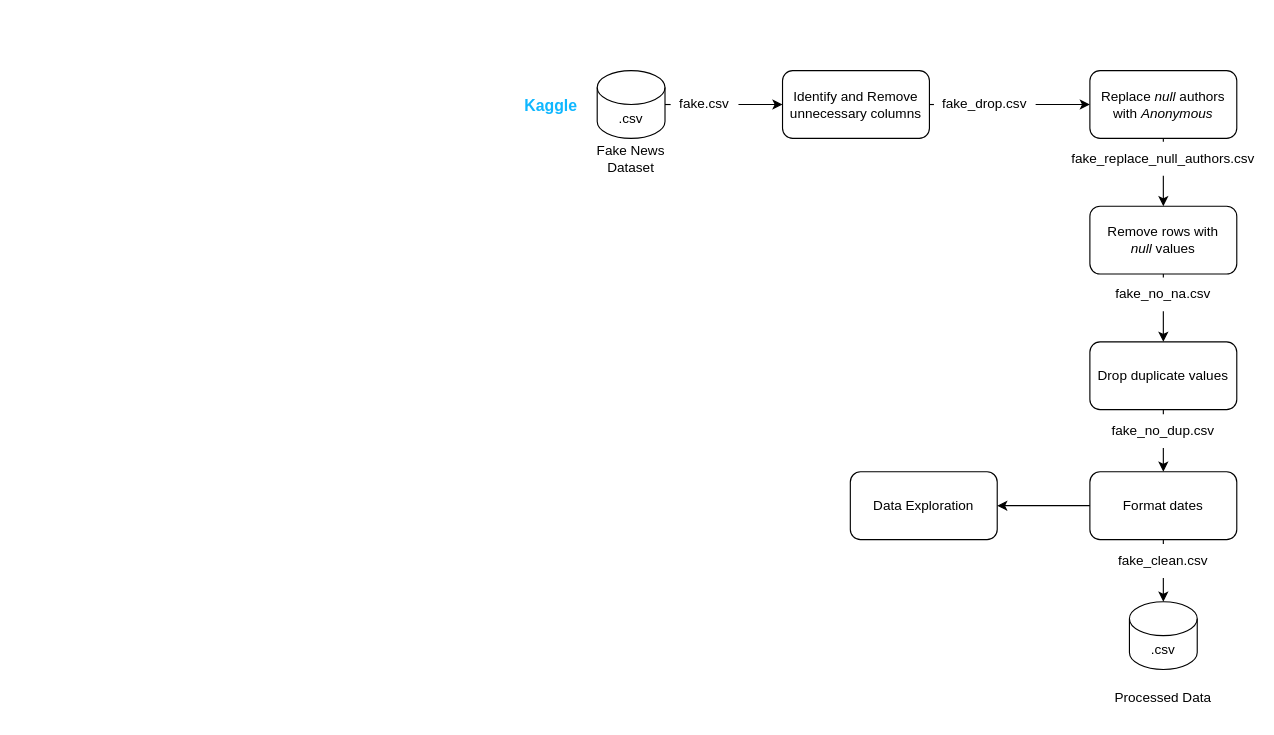
Earlier version of the draw.io diagram data/pipeline.drawio (dmbg1/FEUP-PRI). Source tidied: cells renumbered, new cells numbered last; positions are measured from the earlier drawing's top-left corner, leaving out a move shared by most shapes. Both pictures are drawn from the tidied source at 113%, with x=0, y=0 at pixel (518, 70).
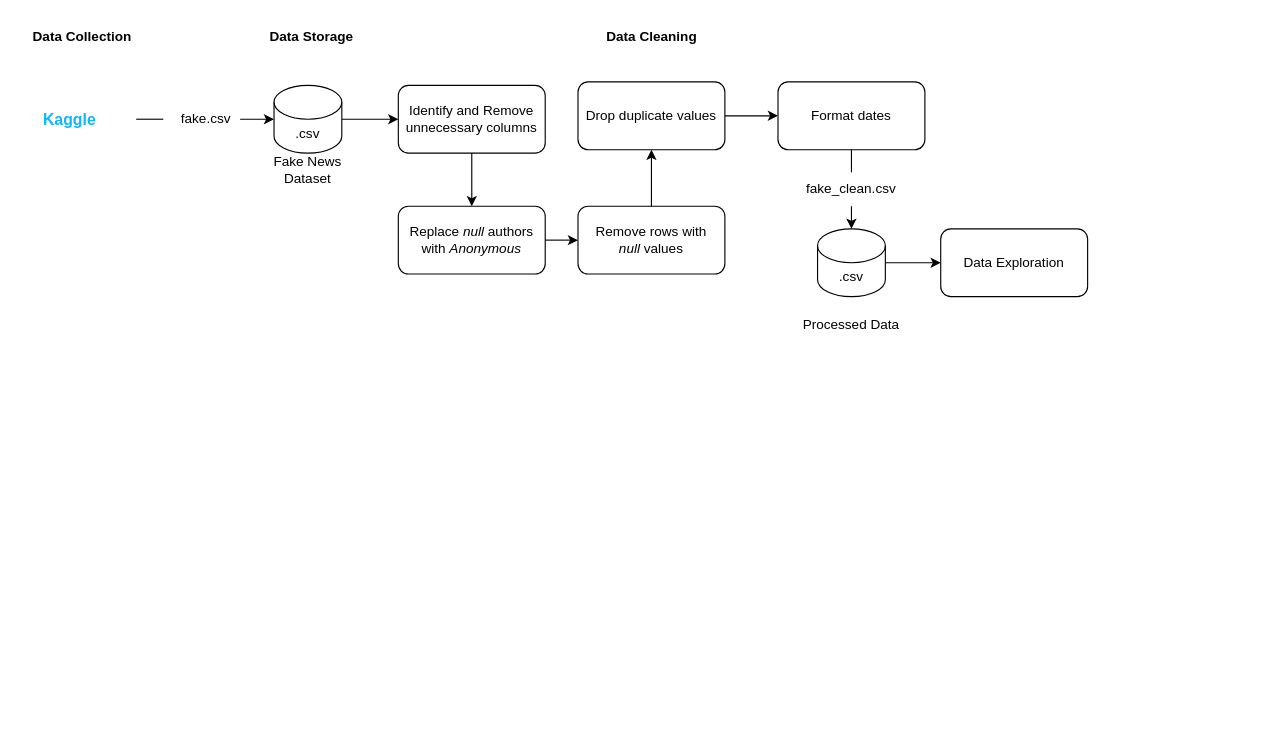
After the change.

Commit message (it also covers changes not shown here):
Added jpg for pipeline and conceptual model

Change to the diagram source:
```diff
@@
-    <mxCell id="0" />
-    <mxCell id="1" parent="0" />
-    <mxCell id="2" value=".csv" style="shape=cylinder3;whiteSpace=wrap;html=1;boundedLbl=1;backgroundOutline=1;size=15;" parent="1" vertex="1">
-      <mxGeometry x="70" width="60" height="60" as="geometry" />
-    </mxCell>
+    <mxCell id="33" />
+    <mxCell id="34" parent="33" />
-    <mxCell id="3" value="Kaggle" style="text;strokeColor=none;fillColor=none;align=left;verticalAlign=middle;spacingLeft=4;spacingRight=4;overflow=hidden;points=[[0,0.5],[1,0.5]];portConstraint=eastwest;fontStyle=1;fontColor=#0FB7FF;fontSize=14;" parent="1" vertex="1">
-      <mxGeometry y="15" width="80" height="30" as="geometry" />
+    <mxCell id="3" value="Kaggle" style="text;strokeColor=none;fillColor=none;align=left;verticalAlign=middle;spacingLeft=4;spacingRight=4;overflow=hidden;points=[[0,0.5],[1,0.5]];portConstraint=eastwest;fontStyle=1;fontColor=#0FB7FF;fontSize=14;" parent="34" vertex="1">
+      <mxGeometry x="-426" y="28" width="80" height="30" as="geometry" />
     </mxCell>
-    <mxCell id="4" value="Identify and Remove unnecessary columns" style="rounded=1;whiteSpace=wrap;html=1;fontSize=12;fontColor=#000000;" parent="1" vertex="1">
-      <mxGeometry x="234" width="130" height="60" as="geometry" />
+    <mxCell id="4" value="Identify and Remove unnecessary columns" style="rounded=1;whiteSpace=wrap;html=1;fontSize=12;fontColor=#000000;" parent="34" vertex="1">
+      <mxGeometry x="-106" y="13" width="130" height="60" as="geometry" />
     </mxCell>
-    <mxCell id="5" value="Replace &lt;i&gt;null&lt;/i&gt;&amp;nbsp;authors with &lt;i&gt;Anonymous&lt;/i&gt;" style="rounded=1;whiteSpace=wrap;html=1;fontSize=12;fontColor=#000000;" parent="1" vertex="1">
-      <mxGeometry x="506" width="130" height="60" as="geometry" />
+    <mxCell id="5" value="Replace &lt;i&gt;null&lt;/i&gt;&amp;nbsp;authors with &lt;i&gt;Anonymous&lt;/i&gt;" style="rounded=1;whiteSpace=wrap;html=1;fontSize=12;fontColor=#000000;" parent="34" vertex="1">
+      <mxGeometry x="-106" y="120" width="130" height="60" as="geometry" />
     </mxCell>
-    <mxCell id="6" style="endArrow=classic;html=1;rounded=0;fontSize=12;fontColor=#000000;entryX=0;entryY=0.5;entryDx=0;entryDy=0;exitX=1;exitY=0.5;exitDx=0;exitDy=0;startArrow=none;" parent="1" edge="1" source="18" target="5">
-      <mxGeometry relative="1" as="geometry" />
-    </mxCell>
+    <mxCell id="35" style="endArrow=classic;html=1;rounded=0;fontSize=12;fontColor=#000000;startArrow=none;" parent="34" edge="1" source="4" target="5">
+      <mxGeometry relative="1" as="geometry" />
+    </mxCell>
-    <mxCell id="7" value="Remove&lt;i&gt;&amp;nbsp;&lt;/i&gt;rows with &lt;i&gt;null&lt;/i&gt;&amp;nbsp;values" style="rounded=1;whiteSpace=wrap;html=1;fontSize=12;fontColor=#000000;" parent="1" vertex="1">
-      <mxGeometry x="506" y="120" width="130" height="60" as="geometry" />
+    <mxCell id="7" value="Remove&lt;i&gt;&amp;nbsp;&lt;/i&gt;rows with &lt;i&gt;null&lt;/i&gt;&amp;nbsp;values" style="rounded=1;whiteSpace=wrap;html=1;fontSize=12;fontColor=#000000;" parent="34" vertex="1">
+      <mxGeometry x="53" y="120" width="130" height="60" as="geometry" />
     </mxCell>
-    <mxCell id="8" value="Drop duplicate values" style="rounded=1;whiteSpace=wrap;html=1;fontSize=12;fontColor=#000000;" parent="1" vertex="1">
-      <mxGeometry x="506" y="240" width="130" height="60" as="geometry" />
+    <mxCell id="8" value="Drop duplicate values" style="rounded=1;whiteSpace=wrap;html=1;fontSize=12;fontColor=#000000;" parent="34" vertex="1">
+      <mxGeometry x="53" y="10" width="130" height="60" as="geometry" />
     </mxCell>
-    <mxCell id="9" style="endArrow=classic;html=1;rounded=0;fontSize=12;fontColor=#000000;exitX=0.5;exitY=1;exitDx=0;exitDy=0;entryX=0.5;entryY=0;entryDx=0;entryDy=0;startArrow=none;" parent="1" edge="1" source="20" target="7">
-      <mxGeometry relative="1" as="geometry" />
-    </mxCell>
-    <mxCell id="10" style="endArrow=classic;html=1;rounded=0;fontSize=12;fontColor=#000000;exitX=0.5;exitY=1;exitDx=0;exitDy=0;entryX=0.5;entryY=0;entryDx=0;entryDy=0;startArrow=none;" parent="1" edge="1" source="22" target="8">
-      <mxGeometry relative="1" as="geometry" />
-    </mxCell>
+    <mxCell id="36" style="endArrow=classic;html=1;rounded=0;fontSize=12;fontColor=#000000;startArrow=none;" parent="34" edge="1" source="5" target="7">
+      <mxGeometry relative="1" as="geometry" />
+    </mxCell>
+    <mxCell id="37" style="endArrow=classic;html=1;rounded=0;fontSize=12;fontColor=#000000;startArrow=none;" parent="34" edge="1" source="7" target="8">
+      <mxGeometry relative="1" as="geometry" />
+    </mxCell>
-    <mxCell id="11" value=".csv" style="shape=cylinder3;whiteSpace=wrap;html=1;boundedLbl=1;backgroundOutline=1;size=15;fontSize=12;fontColor=#000000;" parent="1" vertex="1">
-      <mxGeometry x="541" y="470" width="60" height="60" as="geometry" />
+    <mxCell id="11" value=".csv" style="shape=cylinder3;whiteSpace=wrap;html=1;boundedLbl=1;backgroundOutline=1;size=15;fontSize=12;fontColor=#000000;" parent="34" vertex="1">
+      <mxGeometry x="265" y="140" width="60" height="60" as="geometry" />
     </mxCell>
-    <mxCell id="12" style="endArrow=classic;html=1;rounded=0;fontSize=12;fontColor=#000000;exitX=0.5;exitY=1;exitDx=0;exitDy=0;entryX=0.5;entryY=0;entryDx=0;entryDy=0;startArrow=none;" parent="1" edge="1" source="24" target="13">
-      <mxGeometry relative="1" as="geometry" />
-    </mxCell>
+    <mxCell id="38" style="endArrow=classic;html=1;rounded=0;fontSize=12;fontColor=#000000;startArrow=none;" parent="34" edge="1" source="8" target="13">
+      <mxGeometry relative="1" as="geometry" />
+    </mxCell>
-    <mxCell id="13" value="Format dates" style="rounded=1;whiteSpace=wrap;html=1;fontSize=12;fontColor=#000000;" parent="1" vertex="1">
-      <mxGeometry x="506" y="355" width="130" height="60" as="geometry" />
+    <mxCell id="13" value="Format dates" style="rounded=1;whiteSpace=wrap;html=1;fontSize=12;fontColor=#000000;" parent="34" vertex="1">
+      <mxGeometry x="230" y="10" width="130" height="60" as="geometry" />
     </mxCell>
-    <mxCell id="14" style="endArrow=classic;html=1;rounded=0;fontSize=12;fontColor=#000000;exitX=0.5;exitY=1;exitDx=0;exitDy=0;startArrow=none;" parent="1" edge="1" source="31" target="11">
+    <mxCell id="14" style="endArrow=classic;html=1;rounded=0;fontSize=12;fontColor=#000000;exitX=0.5;exitY=1;exitDx=0;exitDy=0;startArrow=none;" parent="34" edge="1" source="31" target="11">
       <mxGeometry relative="1" as="geometry" />
     </mxCell>
-    <mxCell id="15" value="Data Exploration" style="rounded=1;whiteSpace=wrap;html=1;fontSize=12;fontColor=#000000;" parent="1" vertex="1">
-      <mxGeometry x="294" y="355" width="130" height="60" as="geometry" />
+    <mxCell id="15" value="Data Exploration" style="rounded=1;whiteSpace=wrap;html=1;fontSize=12;fontColor=#000000;" parent="34" vertex="1">
+      <mxGeometry x="374" y="140" width="130" height="60" as="geometry" />
     </mxCell>
-    <mxCell id="16" style="endArrow=classic;html=1;rounded=0;fontSize=12;fontColor=#000000;" parent="1" edge="1" source="13" target="15">
-      <mxGeometry relative="1" as="geometry" />
-    </mxCell>
+    <mxCell id="39" style="endArrow=classic;html=1;rounded=0;fontSize=12;fontColor=#000000;" parent="34" edge="1" source="11" target="15">
+      <mxGeometry relative="1" as="geometry" />
+    </mxCell>
-    <mxCell id="17" value="Processed Data" style="text;html=1;strokeColor=none;fillColor=none;align=center;verticalAlign=middle;whiteSpace=wrap;rounded=0;fontSize=12;fontColor=#000000;" parent="1" vertex="1">
-      <mxGeometry x="526" y="540" width="90" height="30" as="geometry" />
+    <mxCell id="17" value="Processed Data" style="text;html=1;strokeColor=none;fillColor=none;align=center;verticalAlign=middle;whiteSpace=wrap;rounded=0;fontSize=12;fontColor=#000000;" parent="34" vertex="1">
+      <mxGeometry x="250" y="210" width="90" height="30" as="geometry" />
     </mxCell>
-    <mxCell id="18" value="fake_drop.csv" style="text;html=1;strokeColor=none;fillColor=none;align=center;verticalAlign=middle;whiteSpace=wrap;rounded=0;fontSize=12;fontColor=#000000;" parent="1" vertex="1">
-      <mxGeometry x="368" y="15" width="90" height="30" as="geometry" />
-    </mxCell>
-    <mxCell id="19" style="endArrow=none;html=1;rounded=0;fontSize=12;fontColor=#000000;entryX=0;entryY=0.5;entryDx=0;entryDy=0;exitX=1;exitY=0.5;exitDx=0;exitDy=0;" parent="1" edge="1" source="4" target="18">
-      <mxGeometry relative="1" as="geometry" />
-    </mxCell>
-    <mxCell id="20" value="fake_replace_null_authors.csv" style="text;html=1;strokeColor=none;fillColor=none;align=center;verticalAlign=middle;whiteSpace=wrap;rounded=0;fontSize=12;fontColor=#000000;" parent="1" vertex="1">
-      <mxGeometry x="526" y="63" width="90" height="30" as="geometry" />
-    </mxCell>
-    <mxCell id="21" style="endArrow=none;html=1;rounded=0;fontSize=12;fontColor=#000000;exitX=0.5;exitY=1;exitDx=0;exitDy=0;entryX=0.5;entryY=0;entryDx=0;entryDy=0;" parent="1" edge="1" source="5" target="20">
-      <mxGeometry relative="1" as="geometry" />
-    </mxCell>
-    <mxCell id="22" value="fake_no_na.csv" style="text;html=1;strokeColor=none;fillColor=none;align=center;verticalAlign=middle;whiteSpace=wrap;rounded=0;fontSize=12;fontColor=#000000;" parent="1" vertex="1">
-      <mxGeometry x="526" y="183" width="90" height="30" as="geometry" />
-    </mxCell>
-    <mxCell id="23" style="endArrow=none;html=1;rounded=0;fontSize=12;fontColor=#000000;exitX=0.5;exitY=1;exitDx=0;exitDy=0;entryX=0.5;entryY=0;entryDx=0;entryDy=0;" parent="1" edge="1" source="7" target="22">
-      <mxGeometry relative="1" as="geometry" />
-    </mxCell>
-    <mxCell id="24" value="fake_no_dup.csv" style="text;html=1;strokeColor=none;fillColor=none;align=center;verticalAlign=middle;whiteSpace=wrap;rounded=0;fontSize=12;fontColor=#000000;" parent="1" vertex="1">
-      <mxGeometry x="526" y="304" width="90" height="30" as="geometry" />
-    </mxCell>
-    <mxCell id="25" style="endArrow=none;html=1;rounded=0;fontSize=12;fontColor=#000000;exitX=0.5;exitY=1;exitDx=0;exitDy=0;entryX=0.5;entryY=0;entryDx=0;entryDy=0;" parent="1" edge="1" source="8" target="24">
-      <mxGeometry relative="1" as="geometry" />
-    </mxCell>
-    <mxCell id="26" style="endArrow=none;html=1;rounded=0;fontSize=14;fontColor=#0FB7FF;exitX=1;exitY=0.5;exitDx=0;exitDy=0;exitPerimeter=0;entryX=0;entryY=0.5;entryDx=0;entryDy=0;" parent="1" edge="1" source="2">
-      <mxGeometry relative="1" as="geometry">
-        <mxPoint x="130" y="30" as="targetPoint" />
-      </mxGeometry>
-    </mxCell>
-    <mxCell id="27" style="endArrow=classic;html=1;rounded=0;fontSize=12;fontColor=#000000;startArrow=none;" parent="1" edge="1" source="28" target="4">
-      <mxGeometry relative="1" as="geometry" />
-    </mxCell>
+    <mxCell id="40" style="endArrow=classic;html=1;rounded=0;fontSize=12;fontColor=#000000;startArrow=none;" parent="34" edge="1" source="2" target="4">
+      <mxGeometry relative="1" as="geometry" />
+    </mxCell>
+    <mxCell id="41" style="edgeStyle=orthogonalEdgeStyle;rounded=0;jettySize=auto;html=1;endArrow=classic;endFill=1;" parent="34" edge="1" source="28" target="2">
+      <mxGeometry relative="1" as="geometry" />
+    </mxCell>
-    <mxCell id="28" value="fake.csv" style="text;html=1;strokeColor=none;fillColor=none;align=center;verticalAlign=middle;whiteSpace=wrap;rounded=0;fontSize=12;fontColor=#000000;" parent="1" vertex="1">
-      <mxGeometry x="135" y="15" width="60" height="30" as="geometry" />
+    <mxCell id="28" value="fake.csv" style="text;html=1;strokeColor=none;fillColor=none;align=center;verticalAlign=middle;whiteSpace=wrap;rounded=0;fontSize=12;fontColor=#000000;" parent="34" vertex="1">
+      <mxGeometry x="-306" y="28" width="60" height="30" as="geometry" />
     </mxCell>
-    <mxCell id="29" style="endArrow=none;html=1;rounded=0;fontSize=12;fontColor=#000000;" parent="1" edge="1" source="2" target="28">
-      <mxGeometry relative="1" as="geometry" />
-    </mxCell>
-    <mxCell id="30" value="Fake News&lt;br&gt;Dataset" style="text;html=1;strokeColor=none;fillColor=none;align=center;verticalAlign=middle;whiteSpace=wrap;rounded=0;fontSize=12;fontColor=#000000;" parent="1" vertex="1">
-      <mxGeometry x="53" y="63" width="94" height="30" as="geometry" />
+    <mxCell id="30" value="Fake News&lt;br&gt;Dataset" style="text;html=1;strokeColor=none;fillColor=none;align=center;verticalAlign=middle;whiteSpace=wrap;rounded=0;fontSize=12;fontColor=#000000;" parent="34" vertex="1">
+      <mxGeometry x="-233" y="73" width="94" height="30" as="geometry" />
     </mxCell>
-    <mxCell id="31" value="fake_clean.csv" style="text;html=1;strokeColor=none;fillColor=none;align=center;verticalAlign=middle;whiteSpace=wrap;rounded=0;fontSize=12;fontColor=#000000;" parent="1" vertex="1">
-      <mxGeometry x="526" y="419" width="90" height="30" as="geometry" />
+    <mxCell id="31" value="fake_clean.csv" style="text;html=1;strokeColor=none;fillColor=none;align=center;verticalAlign=middle;whiteSpace=wrap;rounded=0;fontSize=12;fontColor=#000000;" parent="34" vertex="1">
+      <mxGeometry x="250" y="90" width="90" height="30" as="geometry" />
     </mxCell>
-    <mxCell id="32" style="endArrow=none;html=1;rounded=0;fontSize=12;fontColor=#000000;exitX=0.5;exitY=1;exitDx=0;exitDy=0;" parent="1" edge="1" source="13" target="31">
+    <mxCell id="32" style="endArrow=none;html=1;rounded=0;fontSize=12;fontColor=#000000;exitX=0.5;exitY=1;exitDx=0;exitDy=0;" parent="34" edge="1" source="13" target="31">
       <mxGeometry relative="1" as="geometry" />
     </mxCell>
+    <mxCell id="42" value="&lt;b&gt;Data Collection&lt;/b&gt;" style="text;html=1;align=center;verticalAlign=middle;strokeColor=none;fillColor=none;hachureGap=4;" parent="34" vertex="1">
+      <mxGeometry x="-441" y="-45" width="110" height="30" as="geometry" />
+    </mxCell>
+    <mxCell id="43" style="edgeStyle=none;curved=1;rounded=0;jettySize=auto;html=1;endArrow=none;sourcePerimeterSpacing=8;targetPerimeterSpacing=8;endFill=0;" parent="34" edge="1" source="3" target="28">
+      <mxGeometry relative="1" as="geometry" />
+    </mxCell>
+    <mxCell id="2" value=".csv" style="shape=cylinder3;whiteSpace=wrap;html=1;boundedLbl=1;backgroundOutline=1;size=15;" parent="34" vertex="1">
+      <mxGeometry x="-216" y="13" width="60" height="60" as="geometry" />
+    </mxCell>
+    <mxCell id="44" value="&lt;b&gt;Data Storage&lt;/b&gt;" style="text;html=1;align=center;verticalAlign=middle;strokeColor=none;fillColor=none;" parent="34" vertex="1">
+      <mxGeometry x="-233" y="-45" width="100" height="30" as="geometry" />
+    </mxCell>
+    <mxCell id="45" value="&lt;b&gt;Data Cleaning&lt;/b&gt;" style="text;html=1;align=center;verticalAlign=middle;strokeColor=none;fillColor=none;" parent="34" vertex="1">
+      <mxGeometry x="68" y="-45" width="100" height="30" as="geometry" />
+    </mxCell>
```
